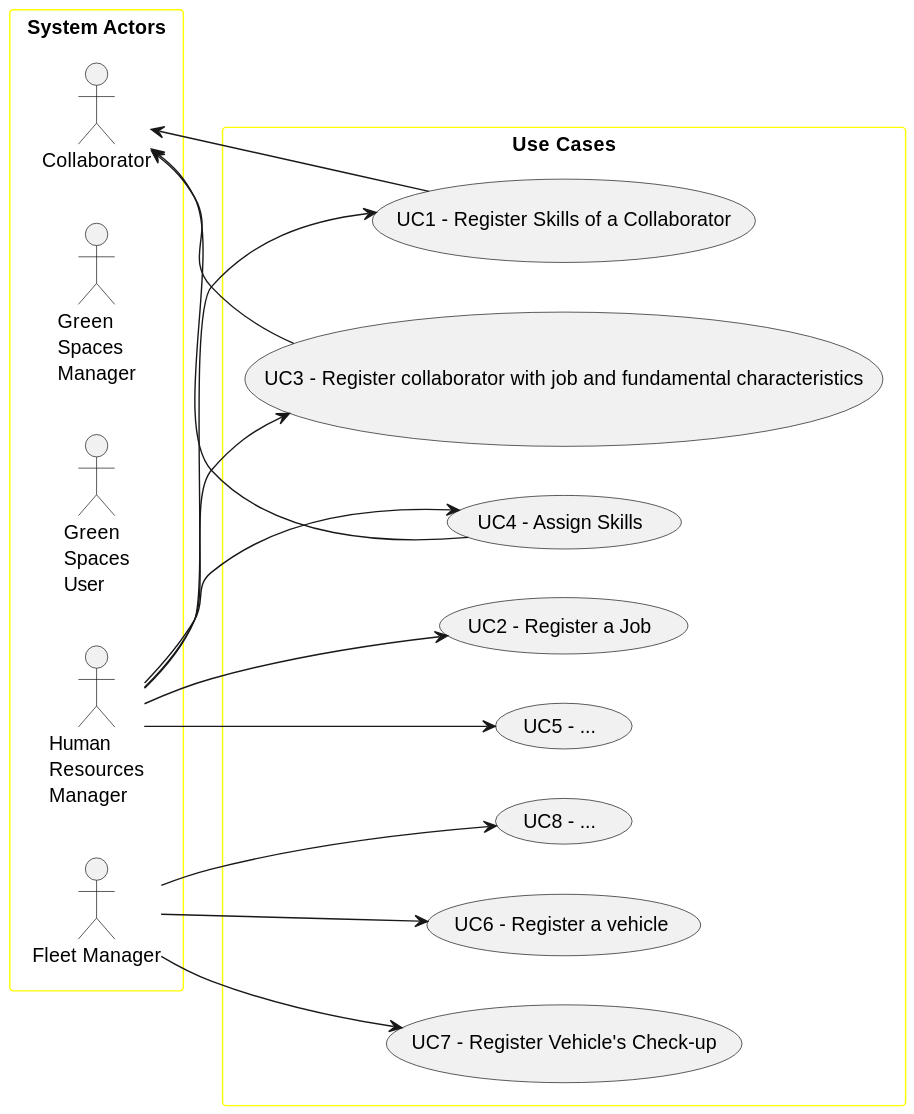
Before: docs/sprintA/global-artifacts/01.requirements-engineering/svg/use-case-diagram.svg, a diagram exported from PlantUML (daniel41silva05/ISEP_2023_2024_LAPR2).
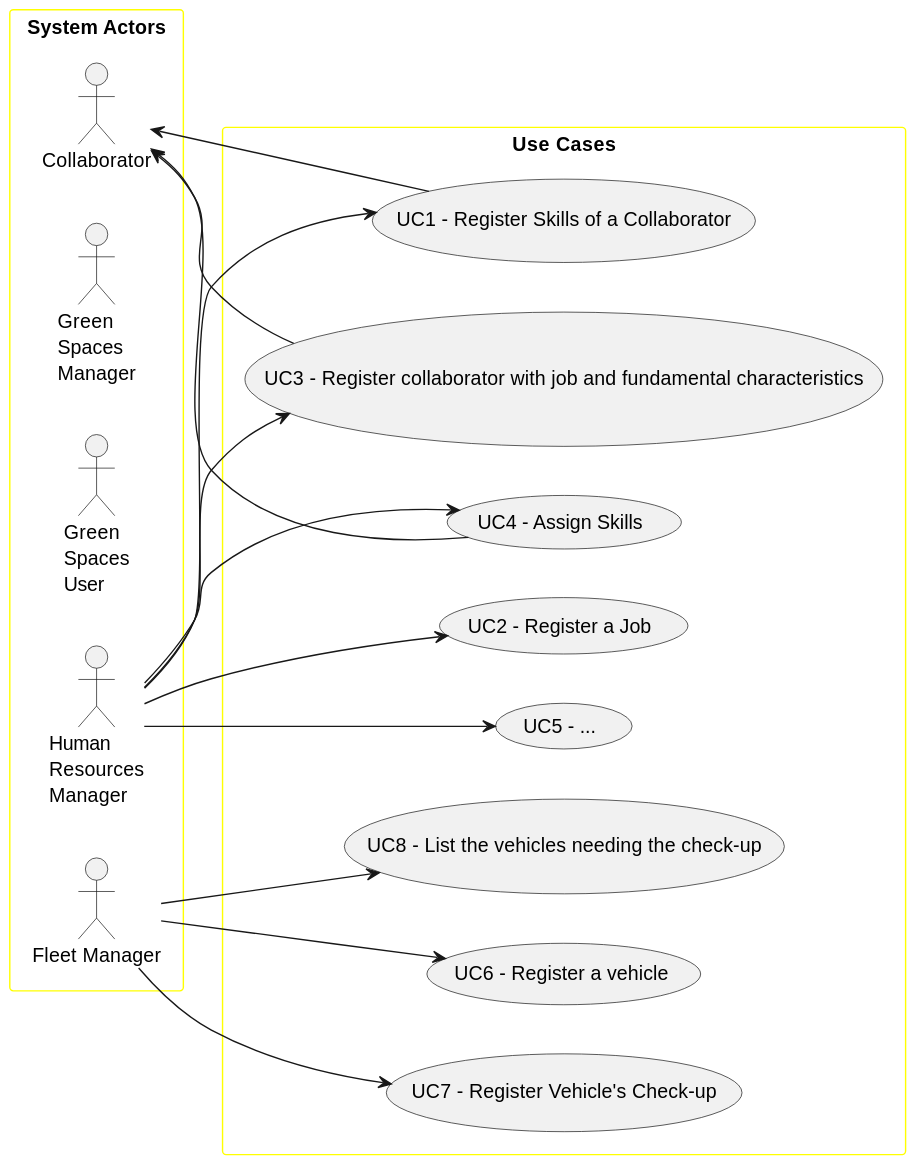
The same file after the commit.

Commit message:
Update UCD diagram

Diff of the diagram source:
```diff
@@ -34,7 +34,7 @@
     FM --> UC6
     usecase "UC7 - Register Vehicle's Check-up" as UC7
     FM --> UC7
-    usecase "UC8 - ..." as UC8
+    usecase "UC8 - List the vehicles needing the check-up" as UC8
     FM --> UC8
 }
 @enduml
```
